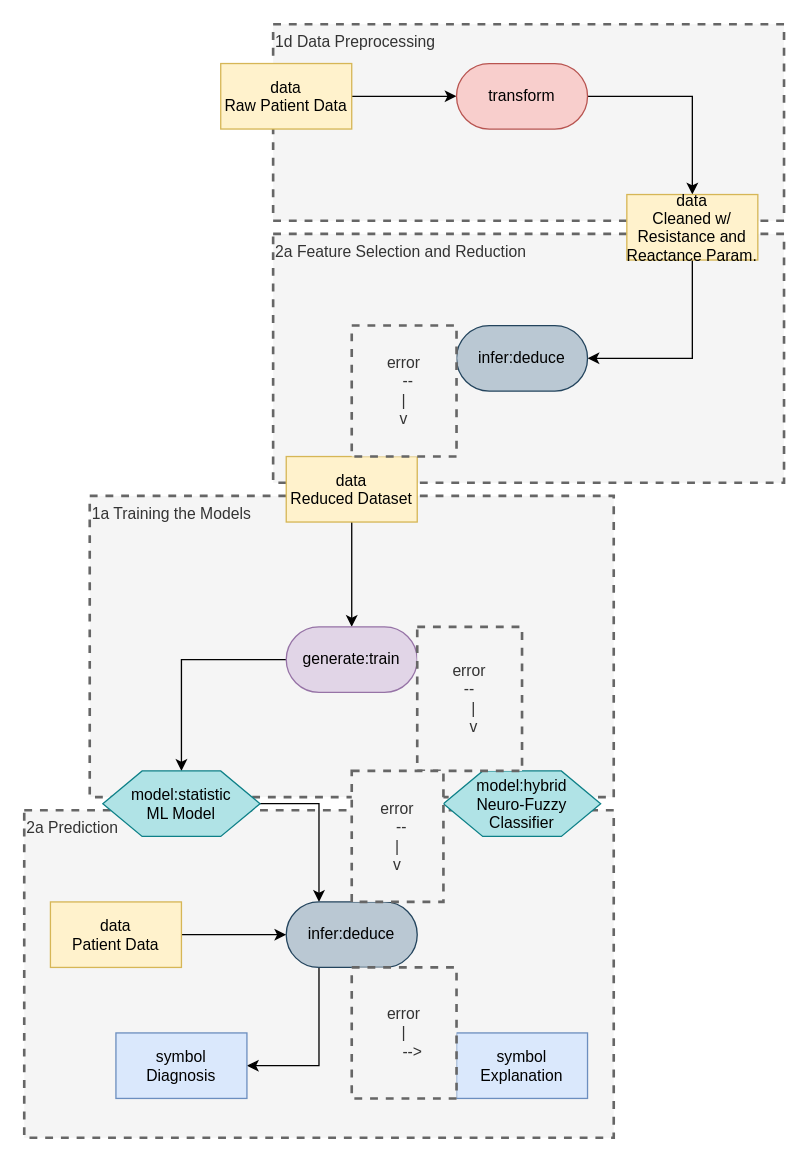
Earlier version of the draw.io diagram page "Page-1" (1 of 2) of medical patterns to boxologies/Rules Embedded in ML architecture (REML)/Differential diagnosis of asthma and restrictive respiratory diseases by combining forced oscillation measurements machine learning and neuro-fuzzy classifiers.drawio (zonnesmit/thesis). Source tidied: cells renumbered, new cells numbered last; positions are measured from the earlier drawing's top-left corner, leaving out a move shared by most shapes. Both pictures are drawn from the tidied source at 131%, with x=0, y=0 at pixel (24, 24).
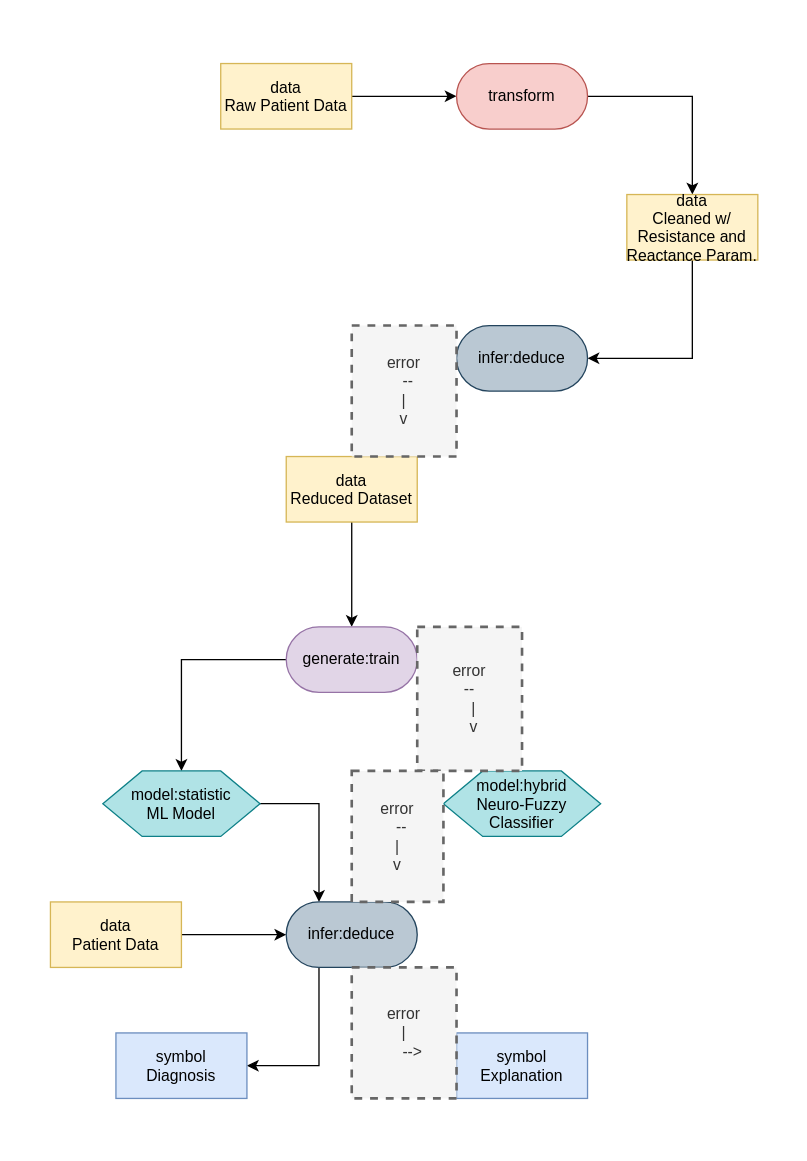
The same page after the edit.

Change to the diagram source:
```diff
@@
-    <mxCell id="2" value="2a Prediction" style="text;html=1;align=left;verticalAlign=top;whiteSpace=wrap;rounded=0;dashed=1;fillColor=#f5f5f5;fontColor=#333333;strokeColor=#666666;strokeWidth=2;" parent="1" vertex="1">
-      <mxGeometry y="600" width="450" height="250" as="geometry" />
-    </mxCell>
-    <mxCell id="3" value="1a Training the Models" style="text;html=1;align=left;verticalAlign=top;whiteSpace=wrap;rounded=0;dashed=1;fillColor=#f5f5f5;fontColor=#333333;strokeColor=#666666;strokeWidth=2;" parent="1" vertex="1">
-      <mxGeometry x="50" y="360" width="400" height="230" as="geometry" />
-    </mxCell>
-    <mxCell id="4" value="2a Feature Selection and Reduction" style="text;html=1;align=left;verticalAlign=top;whiteSpace=wrap;rounded=0;dashed=1;fillColor=#f5f5f5;fontColor=#333333;strokeColor=#666666;strokeWidth=2;" parent="1" vertex="1">
-      <mxGeometry x="190" y="160" width="390" height="190" as="geometry" />
-    </mxCell>
-    <mxCell id="5" value="1d Data Preprocessing" style="text;html=1;align=left;verticalAlign=top;whiteSpace=wrap;rounded=0;dashed=1;fillColor=#f5f5f5;fontColor=#333333;strokeColor=#666666;strokeWidth=2;" parent="1" vertex="1">
-      <mxGeometry x="190" width="390" height="150" as="geometry" />
-    </mxCell>
```
